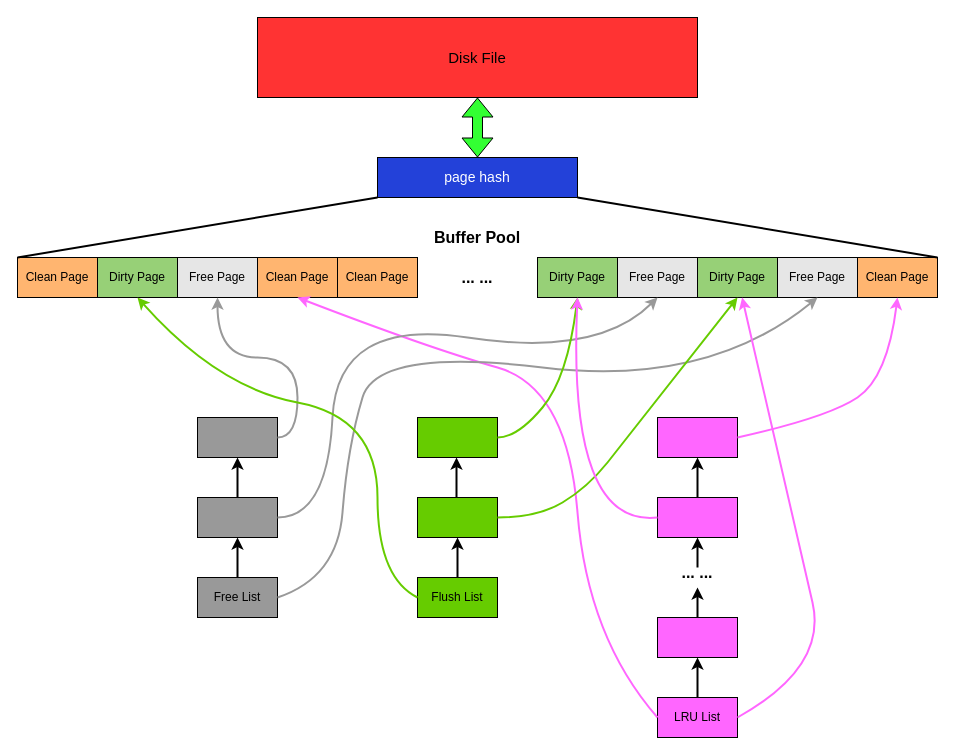
The draw.io diagram innodb.drawio in ljxcolin/MyStudy, before the edit. Source tidied: cells renumbered, new cells numbered last; positions are measured from the earlier drawing's top-left corner, leaving out a move shared by most shapes. Both pictures are drawn from the tidied source at 100%, with x=0, y=0 at pixel (17, 17).
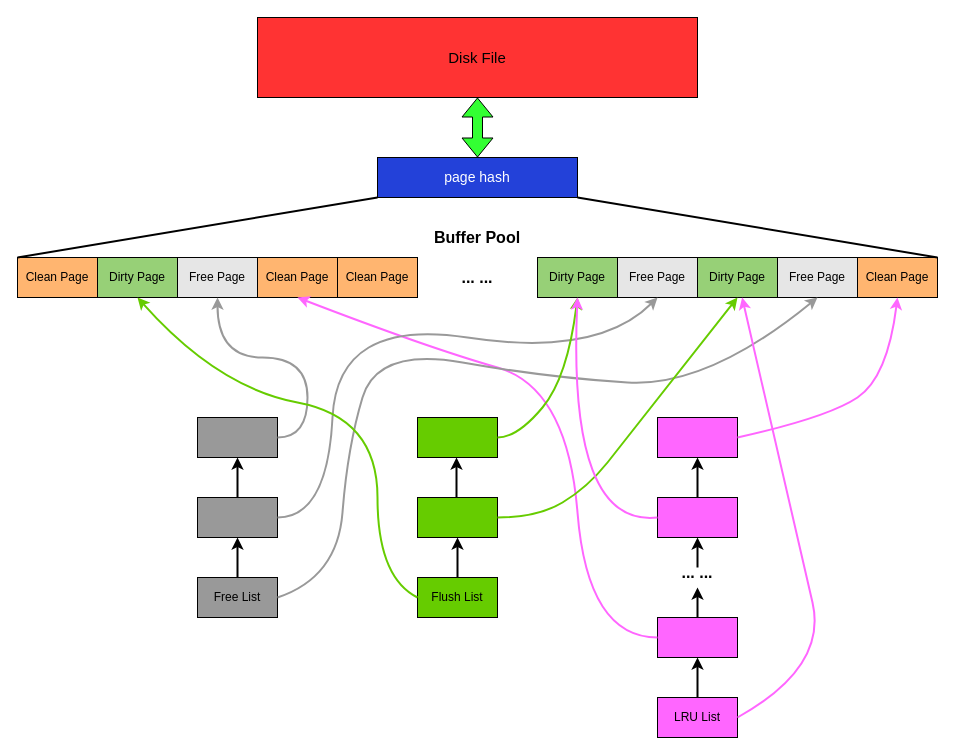
The same page after the edit.

The change refers to these unchanged cells:
```xml
<mxCell id="6" style="rounded=0;whiteSpace=wrap;html=1;fillColor=#999999;" parent="1" vertex="1">
  <mxGeometry x="180" y="400" width="80" height="40" as="geometry" />
</mxCell>
<mxCell id="10" value="Free Page" style="rounded=0;whiteSpace=wrap;html=1;fillColor=#E6E6E6;" parent="1" vertex="1">
  <mxGeometry x="160" y="240" width="80" height="40" as="geometry" />
</mxCell>
<mxCell id="11" value="Clean Page" style="rounded=0;whiteSpace=wrap;html=1;fillColor=#FFB570;" parent="1" vertex="1">
  <mxGeometry x="240" y="240" width="80" height="40" as="geometry" />
</mxCell>
<mxCell id="14" value="Clean Page" style="rounded=0;whiteSpace=wrap;html=1;fillColor=#FFB570;" parent="1" vertex="1">
  <mxGeometry x="840" y="240" width="80" height="40" as="geometry" />
</mxCell>
<mxCell id="16" value="Free Page" style="rounded=0;whiteSpace=wrap;html=1;fillColor=#E6E6E6;" parent="1" vertex="1">
  <mxGeometry x="760" y="240" width="80" height="40" as="geometry" />
</mxCell>
<mxCell id="20" value="Free List" style="rounded=0;whiteSpace=wrap;html=1;fillColor=#999999;" parent="1" vertex="1">
  <mxGeometry x="180" y="560" width="80" height="40" as="geometry" />
</mxCell>
<mxCell id="28" value="LRU List" style="rounded=0;whiteSpace=wrap;html=1;fillColor=#FF66FF;" parent="1" vertex="1">
  <mxGeometry x="640" y="680" width="80" height="40" as="geometry" />
</mxCell>
<mxCell id="29" style="rounded=0;whiteSpace=wrap;html=1;fillColor=#FF66FF;" parent="1" vertex="1">
  <mxGeometry x="640" y="600" width="80" height="40" as="geometry" />
</mxCell>
```

The edit, as a diff of the source:
```diff
@@
-    <mxCell id="19" style="endArrow=none;html=1;rounded=0;fontSize=14;fontColor=#FFFFFF;strokeColor=#000000;fillColor=#33FF33;entryX=1;entryY=0;entryDx=0;entryDy=0;exitX=0;exitY=1;exitDx=0;exitDy=0;strokeWidth=2;endFill=0;" parent="1" edge="1" target="14">
+    <mxCell id="19" style="endArrow=none;html=1;rounded=0;fontSize=14;fontColor=#FFFFFF;strokeColor=#000000;fillColor=#33FF33;entryX=1;entryY=0;entryDx=0;entryDy=0;exitX=0;exitY=1;exitDx=0;exitDy=0;strokeWidth=2;endFill=0;shadow=0;" parent="1" edge="1" target="14">
       <mxGeometry relative="1" as="geometry">
         <mxPoint x="560" y="180" as="sourcePoint" />
       </mxGeometry>
     </mxCell>
@@
-    <mxCell id="34" style="curved=1;endArrow=classic;html=1;rounded=0;fontSize=14;fontColor=#FFFFFF;strokeColor=#FF66FF;strokeWidth=2;fillColor=#33FF33;entryX=0.5;entryY=1;entryDx=0;entryDy=0;exitX=0;exitY=0.5;exitDx=0;exitDy=0;" parent="1" edge="1" source="28" target="11">
+    <mxCell id="34" style="curved=1;endArrow=classic;html=1;rounded=0;fontSize=14;fontColor=#FFFFFF;strokeColor=#FF66FF;strokeWidth=2;fillColor=#33FF33;entryX=0.5;entryY=1;entryDx=0;entryDy=0;exitX=0;exitY=0.5;exitDx=0;exitDy=0;" parent="1" edge="1" source="29" target="11">
       <mxGeometry relative="1" as="geometry">
         <Array as="points">
           <mxPoint x="570" y="620" />
           <mxPoint x="550" y="370" />
           <mxPoint x="410" y="330" />
         </Array>
       </mxGeometry>
     </mxCell>
     <mxCell id="35" style="endArrow=classic;html=1;rounded=0;fontSize=14;fontColor=#FFFFFF;strokeColor=#999999;strokeWidth=2;fillColor=#33FF33;entryX=0.5;entryY=1;entryDx=0;entryDy=0;edgeStyle=orthogonalEdgeStyle;elbow=vertical;curved=1;exitX=1;exitY=0.5;exitDx=0;exitDy=0;" parent="1" edge="1" source="6" target="10">
       <mxGeometry relative="1" as="geometry">
         <Array as="points">
-          <mxPoint x="280" y="420" />
-          <mxPoint x="280" y="340" />
+          <mxPoint x="290" y="420" />
+          <mxPoint x="290" y="340" />
           <mxPoint x="200" y="340" />
         </Array>
       </mxGeometry>
     </mxCell>
     <mxCell id="36" style="curved=1;endArrow=classic;html=1;rounded=0;fontSize=14;fontColor=#FFFFFF;strokeColor=#999999;strokeWidth=2;fillColor=#33FF33;entryX=0.5;entryY=1;entryDx=0;entryDy=0;exitX=1;exitY=0.5;exitDx=0;exitDy=0;" parent="1" edge="1" source="20" target="16">
       <mxGeometry relative="1" as="geometry">
         <Array as="points">
           <mxPoint x="320" y="560" />
           <mxPoint x="330" y="430" />
           <mxPoint x="360" y="330" />
+          <mxPoint x="530" y="360" />
           <mxPoint x="690" y="370" />
         </Array>
       </mxGeometry>
     </mxCell>
```
